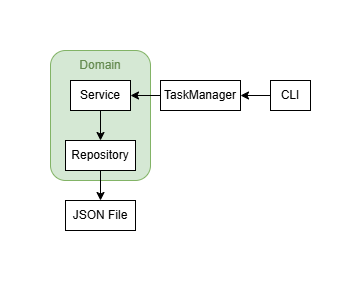
matheusfarnetani/task_manager keeps this draw.io diagram as Architecture Overview.png. Above is the earlier version. Source tidied: cells renumbered, new cells last; positions are measured from the earlier drawing's top-left corner, leaving out a move shared by most shapes.
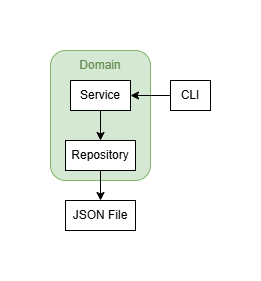
Later version of the same file.

The edit, as a diff of the source:
```diff
@@ -11,11 +11,11 @@
     <mxCell id="4" value="Service" style="rounded=0;whiteSpace=wrap;html=1;" parent="1" vertex="1">
       <mxGeometry x="20" y="30" width="60" height="30" as="geometry" />
     </mxCell>
-    <mxCell id="5" style="edgeStyle=orthogonalEdgeStyle;rounded=0;jettySize=auto;html=1;" parent="1" edge="1" source="10" target="4">
-      <mxGeometry relative="1" as="geometry" />
-    </mxCell>
+    <mxCell id="13" style="edgeStyle=orthogonalEdgeStyle;rounded=0;jettySize=auto;html=1;entryX=1;entryY=0.5;entryDx=0;entryDy=0;" parent="1" edge="1" source="6" target="4">
+      <mxGeometry relative="1" as="geometry" />
+    </mxCell>
     <mxCell id="6" value="CLI" style="rounded=0;whiteSpace=wrap;html=1;" parent="1" vertex="1">
-      <mxGeometry x="220" y="30" width="40" height="30" as="geometry" />
+      <mxGeometry x="120" y="30" width="40" height="30" as="geometry" />
     </mxCell>
     <mxCell id="7" value="JSON File" style="rounded=0;whiteSpace=wrap;html=1;" parent="1" vertex="1">
       <mxGeometry x="15" y="150" width="70" height="30" as="geometry" />
@@ -23,12 +23,6 @@
     <mxCell id="8" value="&lt;font style=&quot;&quot;&gt;Domain&lt;/font&gt;" style="text;html=1;align=center;verticalAlign=middle;whiteSpace=wrap;rounded=0;fontColor=#658B50;" parent="1" vertex="1">
       <mxGeometry x="20" width="60" height="30" as="geometry" />
     </mxCell>
-    <mxCell id="9" style="edgeStyle=orthogonalEdgeStyle;rounded=0;jettySize=auto;html=1;" parent="1" edge="1" source="6" target="10">
-      <mxGeometry relative="1" as="geometry" />
-    </mxCell>
-    <mxCell id="10" value="TaskManager" style="rounded=0;whiteSpace=wrap;html=1;" parent="1" vertex="1">
-      <mxGeometry x="110" y="30" width="80" height="30" as="geometry" />
-    </mxCell>
     <mxCell id="11" style="edgeStyle=orthogonalEdgeStyle;rounded=0;jettySize=auto;html=1;entryX=0.5;entryY=0;entryDx=0;entryDy=0;" parent="1" edge="1" source="4" target="12">
       <mxGeometry relative="1" as="geometry" />
     </mxCell>
```
